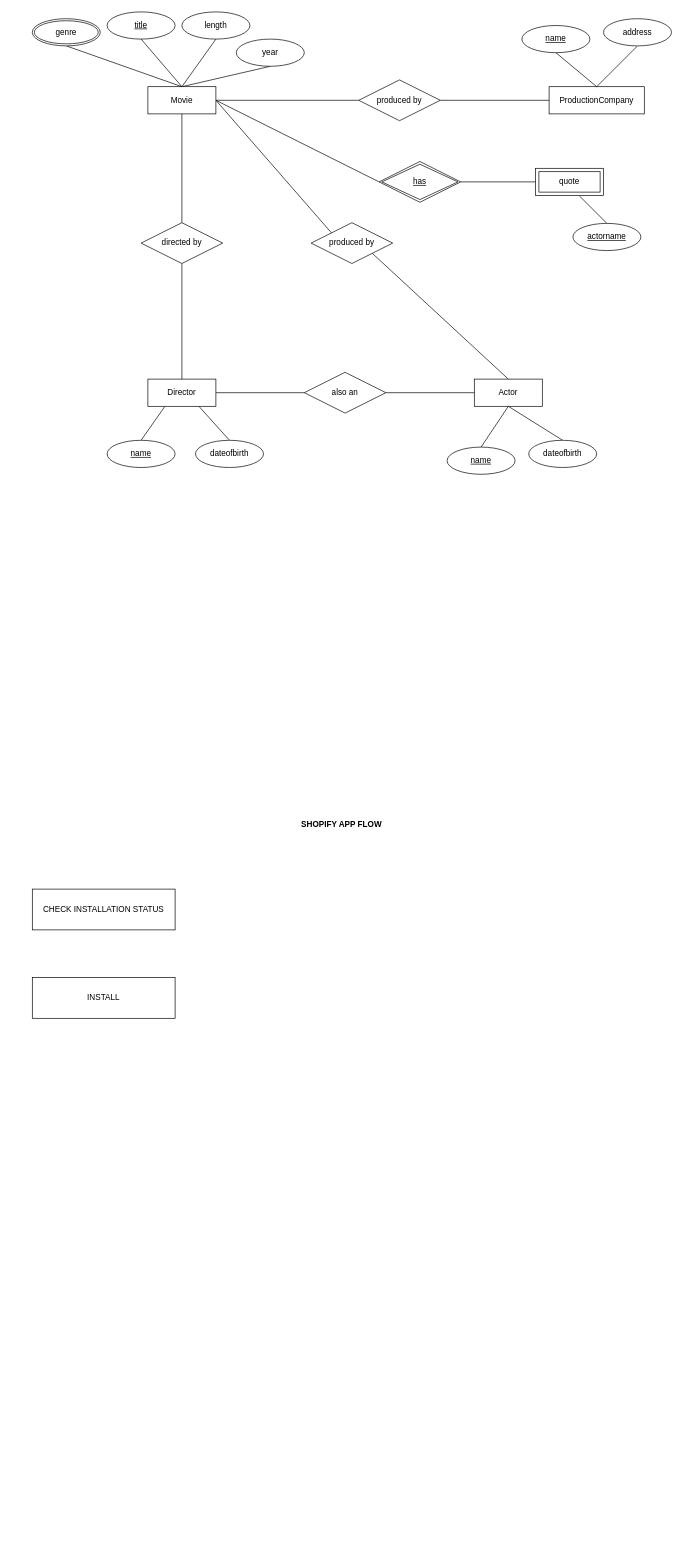
genmancoder/systems-diagrams keeps this draw.io diagram as Untitled Diagram.drawio. Above is the earlier version. Source tidied: cells renumbered, new cells numbered last; positions are measured from the earlier drawing's top-left corner, leaving out a move shared by most shapes. Both pictures are drawn from the tidied source at 68%, with x=0, y=0 at pixel (32, 12).
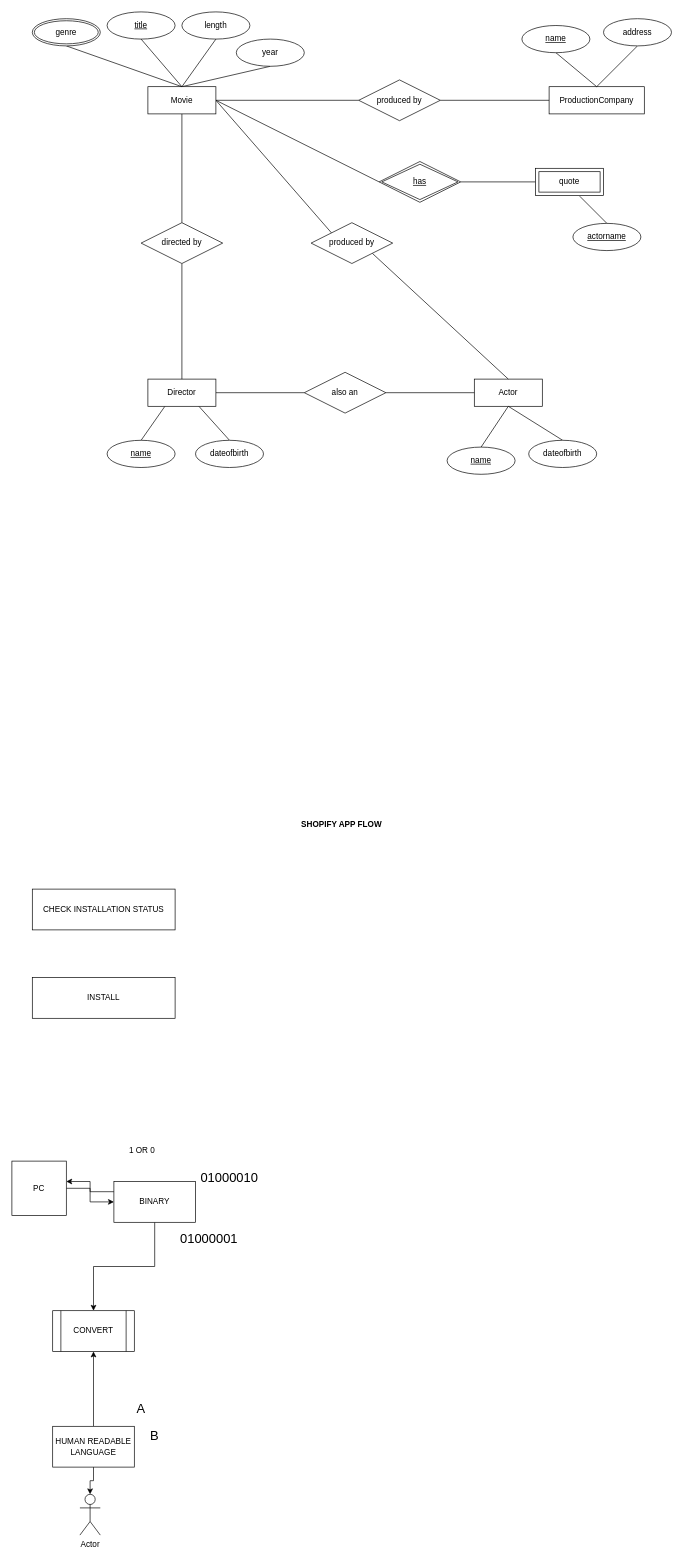
After the change.

Diff of the diagram source:
```diff
@@
+    <mxCell id="47" style="edgeStyle=orthogonalEdgeStyle;rounded=0;jettySize=auto;html=1;exitX=0;exitY=0.25;exitDx=0;exitDy=0;entryX=1;entryY=0.375;entryDx=0;entryDy=0;entryPerimeter=0;" parent="1" edge="1" source="49" target="52">
+      <mxGeometry relative="1" as="geometry" />
+    </mxCell>
+    <mxCell id="48" style="edgeStyle=orthogonalEdgeStyle;rounded=0;jettySize=auto;html=1;entryX=0.5;entryY=0;entryDx=0;entryDy=0;" parent="1" edge="1" source="49" target="57">
+      <mxGeometry relative="1" as="geometry" />
+    </mxCell>
+    <mxCell id="49" value="BINARY" style="rounded=0;whiteSpace=wrap;html=1;" parent="1" vertex="1">
+      <mxGeometry x="120" y="1720" width="120" height="60" as="geometry" />
+    </mxCell>
+    <mxCell id="50" value="Actor" style="shape=umlActor;verticalLabelPosition=bottom;verticalAlign=top;html=1;outlineConnect=0;" parent="1" vertex="1">
+      <mxGeometry x="70" y="2180" width="30" height="60" as="geometry" />
+    </mxCell>
+    <mxCell id="51" style="edgeStyle=orthogonalEdgeStyle;rounded=0;jettySize=auto;html=1;exitX=1;exitY=0.5;exitDx=0;exitDy=0;entryX=0;entryY=0.5;entryDx=0;entryDy=0;" parent="1" edge="1" source="52" target="49">
+      <mxGeometry relative="1" as="geometry" />
+    </mxCell>
+    <mxCell id="52" value="PC" style="whiteSpace=wrap;html=1;" parent="1" vertex="1">
+      <mxGeometry x="-30" y="1690" width="80" height="80" as="geometry" />
+    </mxCell>
+    <mxCell id="53" value="&amp;nbsp;1 OR 0" style="text;html=1;strokeColor=none;fillColor=none;align=center;verticalAlign=middle;whiteSpace=wrap;rounded=0;" parent="1" vertex="1">
+      <mxGeometry x="130" y="1660" width="60" height="30" as="geometry" />
+    </mxCell>
+    <mxCell id="54" style="edgeStyle=orthogonalEdgeStyle;rounded=0;jettySize=auto;html=1;exitX=0.5;exitY=1;exitDx=0;exitDy=0;" parent="1" edge="1" source="56" target="50">
+      <mxGeometry relative="1" as="geometry" />
+    </mxCell>
+    <mxCell id="55" style="edgeStyle=orthogonalEdgeStyle;rounded=0;jettySize=auto;html=1;exitX=0.5;exitY=0;exitDx=0;exitDy=0;entryX=0.5;entryY=1;entryDx=0;entryDy=0;" parent="1" edge="1" source="56" target="57">
+      <mxGeometry relative="1" as="geometry" />
+    </mxCell>
+    <mxCell id="56" value="HUMAN READABLE LANGUAGE" style="rounded=0;whiteSpace=wrap;html=1;" parent="1" vertex="1">
+      <mxGeometry x="30" y="2080" width="120" height="60" as="geometry" />
+    </mxCell>
+    <mxCell id="57" value="CONVERT" style="shape=process;whiteSpace=wrap;html=1;backgroundOutline=1;" parent="1" vertex="1">
+      <mxGeometry x="30" y="1910" width="120" height="60" as="geometry" />
+    </mxCell>
+    <mxCell id="58" value="A" style="text;html=1;strokeColor=none;fillColor=none;align=center;verticalAlign=middle;whiteSpace=wrap;rounded=0;fontSize=19;" parent="1" vertex="1">
+      <mxGeometry x="130" y="2040" width="60" height="30" as="geometry" />
+    </mxCell>
+    <mxCell id="59" value="01000001" style="text;html=1;strokeColor=none;fillColor=none;align=center;verticalAlign=middle;whiteSpace=wrap;rounded=0;fontSize=19;" parent="1" vertex="1">
+      <mxGeometry x="230" y="1790" width="60" height="30" as="geometry" />
+    </mxCell>
+    <mxCell id="60" value="B" style="text;html=1;strokeColor=none;fillColor=none;align=center;verticalAlign=middle;whiteSpace=wrap;rounded=0;fontSize=19;" parent="1" vertex="1">
+      <mxGeometry x="150" y="2080" width="60" height="30" as="geometry" />
+    </mxCell>
+    <mxCell id="61" value="01000010" style="text;html=1;strokeColor=none;fillColor=none;align=center;verticalAlign=middle;whiteSpace=wrap;rounded=0;fontSize=19;" parent="1" vertex="1">
+      <mxGeometry x="260" y="1700" width="60" height="30" as="geometry" />
+    </mxCell>
```
